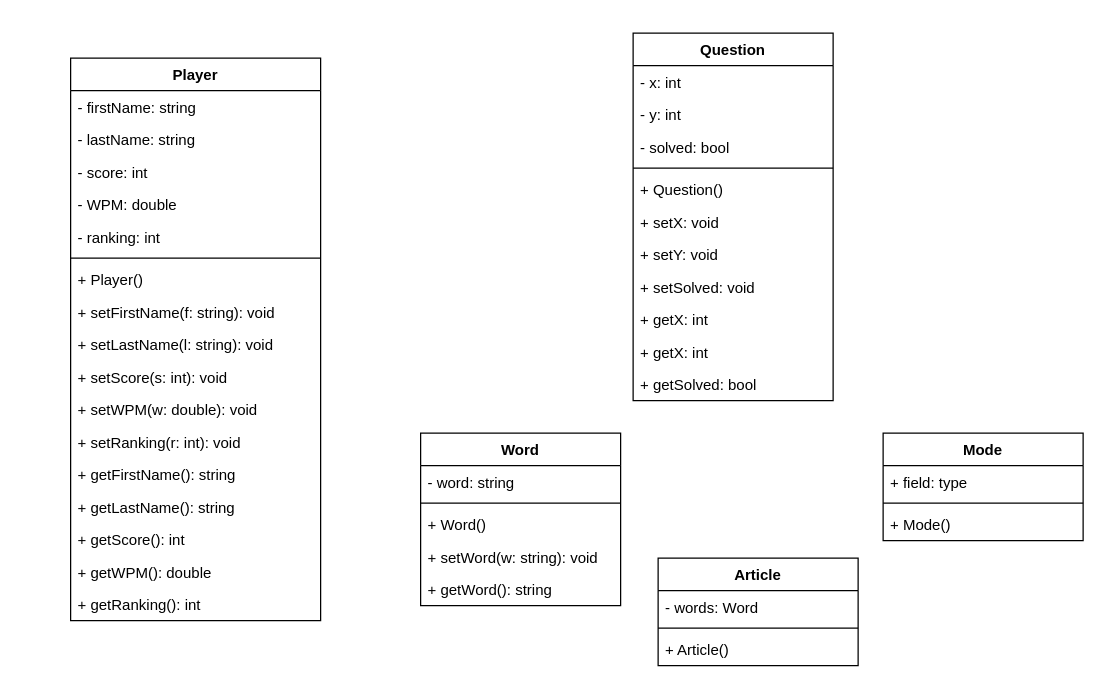
qaz5823091/EnglishTypingGame keeps this draw.io diagram as EnglishTypingGame.drawio. Above is the earlier version. Source tidied: cells renumbered, new cells numbered last; positions are measured from the earlier drawing's top-left corner, leaving out a move shared by most shapes. Both pictures are drawn from the tidied source at 125%, with x=0, y=0 at pixel (70, 32).
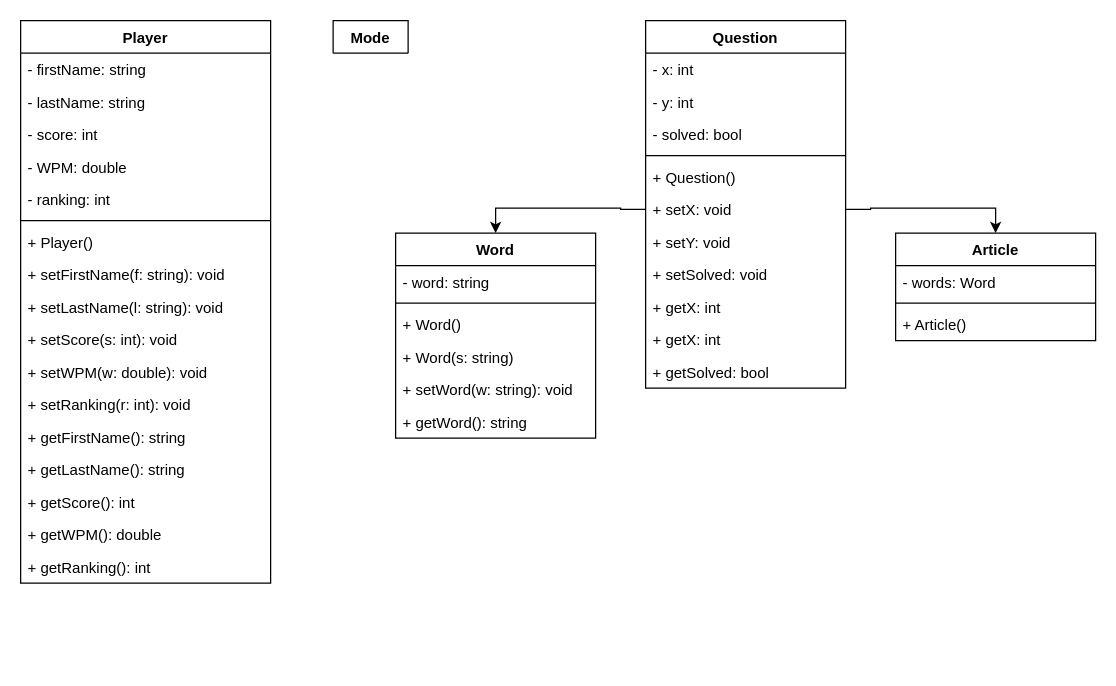
The same diagram, later.

Unchanged cells that the change refers to:
```xml
<mxCell id="8" value="+ setX: void" style="text;strokeColor=none;fillColor=none;align=left;verticalAlign=top;spacingLeft=4;spacingRight=4;overflow=hidden;points=[[0,0.5],[1,0.5]];portConstraint=eastwest;" parent="2" vertex="1">
  <mxGeometry y="138" width="160" height="26" as="geometry" />
</mxCell>
```

Diff of the diagram source:
```diff
@@
     <mxCell id="2" value="Question" style="swimlane;fontStyle=1;align=center;verticalAlign=top;horizontal=1;startSize=26;" parent="1" vertex="1">
-      <mxGeometry x="450" width="160" height="294" as="geometry" />
+      <mxGeometry x="460" y="-10" width="160" height="294" as="geometry" />
     </mxCell>
@@
     <mxCell id="14" value="Player" style="swimlane;fontStyle=1;align=center;verticalAlign=top;horizontal=1;startSize=26;" parent="1" vertex="1">
-      <mxGeometry y="20" width="200" height="450" as="geometry" />
+      <mxGeometry x="-40" y="-10" width="200" height="450" as="geometry" />
     </mxCell>
@@
-    <mxCell id="32" value="Mode" style="swimlane;fontStyle=1;align=center;verticalAlign=top;horizontal=1;startSize=26;" parent="1" vertex="1">
-      <mxGeometry x="650" y="320" width="160" height="86" as="geometry" />
+    <mxCell id="32" value="Mode" style="swimlane;fontStyle=1;align=center;verticalAlign=top;horizontal=1;startSize=26;" parent="1" vertex="1" collapsed="1">
+      <mxGeometry x="210" y="-10" width="60" height="26" as="geometry" />
     </mxCell>
-    <mxCell id="33" value="+ field: type" style="text;strokeColor=none;fillColor=none;align=left;verticalAlign=top;spacingLeft=4;spacingRight=4;overflow=hidden;" parent="32" vertex="1">
-      <mxGeometry y="26" width="160" height="26" as="geometry" />
-    </mxCell>
-    <mxCell id="34" style="line;strokeWidth=1;fillColor=none;align=left;verticalAlign=middle;spacingTop=-1;spacingLeft=3;spacingRight=3;labelPosition=right;" parent="32" vertex="1">
-      <mxGeometry y="52" width="160" height="8" as="geometry" />
-    </mxCell>
-    <mxCell id="35" value="+ Mode()" style="text;strokeColor=none;fillColor=none;align=left;verticalAlign=top;spacingLeft=4;spacingRight=4;overflow=hidden;" parent="32" vertex="1">
-      <mxGeometry y="60" width="160" height="26" as="geometry" />
-    </mxCell>
     <mxCell id="36" value="Article" style="swimlane;fontStyle=1;align=center;verticalAlign=top;horizontal=1;startSize=26;" parent="1" vertex="1">
-      <mxGeometry x="470" y="420" width="160" height="86" as="geometry" />
+      <mxGeometry x="660" y="160" width="160" height="86" as="geometry" />
     </mxCell>
@@
+    <mxCell id="46" style="edgeStyle=orthogonalEdgeStyle;rounded=0;jettySize=auto;html=1;" parent="1" edge="1" source="8" target="36">
+      <mxGeometry relative="1" as="geometry" />
+    </mxCell>
     <mxCell id="40" value="Word" style="swimlane;fontStyle=1;align=center;verticalAlign=top;horizontal=1;startSize=26;" parent="1" vertex="1">
-      <mxGeometry x="280" y="320" width="160" height="138" as="geometry" />
+      <mxGeometry x="260" y="160" width="160" height="164" as="geometry" />
     </mxCell>
@@
+    <mxCell id="47" value="+ Word(s: string)&#10;" style="text;strokeColor=none;fillColor=none;align=left;verticalAlign=top;spacingLeft=4;spacingRight=4;overflow=hidden;" parent="40" vertex="1">
+      <mxGeometry y="86" width="160" height="26" as="geometry" />
+    </mxCell>
     <mxCell id="44" value="+ setWord(w: string): void" style="text;strokeColor=none;fillColor=none;align=left;verticalAlign=top;spacingLeft=4;spacingRight=4;overflow=hidden;" parent="40" vertex="1">
-      <mxGeometry y="86" width="160" height="26" as="geometry" />
+      <mxGeometry y="112" width="160" height="26" as="geometry" />
     </mxCell>
     <mxCell id="45" value="+ getWord(): string" style="text;strokeColor=none;fillColor=none;align=left;verticalAlign=top;spacingLeft=4;spacingRight=4;overflow=hidden;" parent="40" vertex="1">
-      <mxGeometry y="112" width="160" height="26" as="geometry" />
+      <mxGeometry y="138" width="160" height="26" as="geometry" />
     </mxCell>
+    <mxCell id="48" style="edgeStyle=orthogonalEdgeStyle;rounded=0;jettySize=auto;html=1;" parent="1" edge="1" source="8" target="40">
+      <mxGeometry relative="1" as="geometry" />
+    </mxCell>
```
